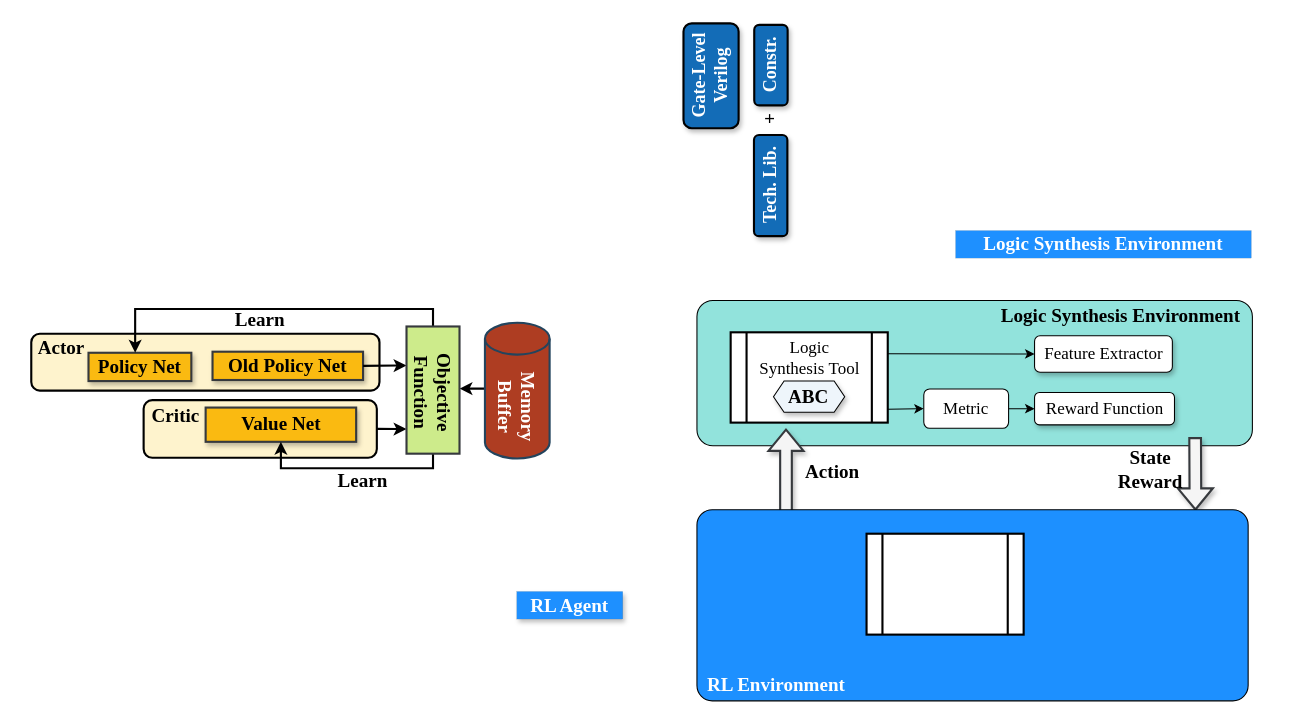
Before: RL_framework.drawio in kxzhu0505/Delay-Padding-For-Multi-corner, a draw.io diagram. Source tidied: cells renumbered, new cells numbered last; positions are measured from the earlier drawing's top-left corner, leaving out a move shared by most shapes. Both pictures are drawn from the tidied source at 106%, with x=0, y=0 at pixel (18, 48).
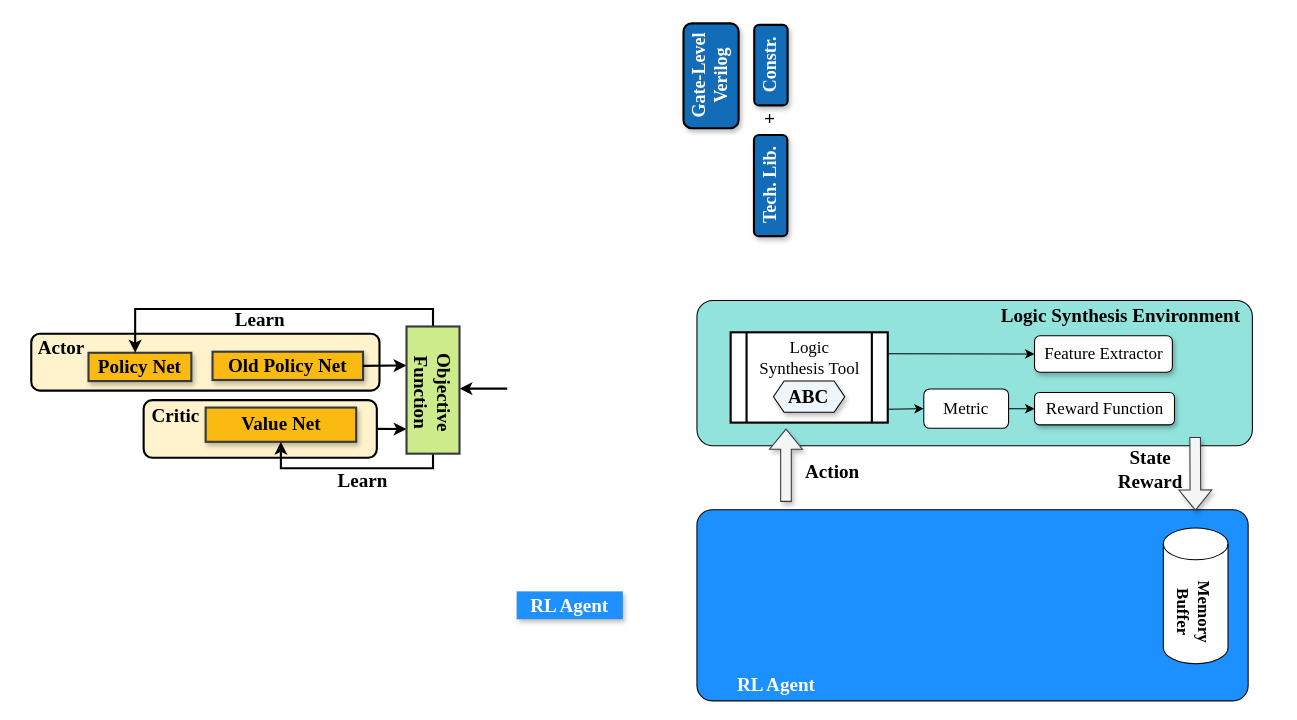
After the change.

Change to the diagram source:
```diff
@@
+    <mxCell id="41" style="rounded=1;whiteSpace=wrap;html=1;fillColor=light-dark(#1d90ff, #2f3142);strokeColor=#000000;strokeWidth=1;shadow=0;fontFamily=Times New Roman;arcSize=8;" parent="1" vertex="1">
+      <mxGeometry x="640" y="435.4" width="520" height="180.3" as="geometry" />
+    </mxCell>
@@
-    <mxCell id="21" value="&lt;font color=&quot;#ffffff&quot;&gt;&lt;b style=&quot;font-size: 18px;&quot;&gt;Logic Synthesis&amp;nbsp;&lt;/b&gt;&lt;b style=&quot;background-color: initial; font-size: 18px;&quot;&gt;Environment&lt;/b&gt;&lt;/font&gt;" style="text;html=1;align=center;verticalAlign=middle;whiteSpace=wrap;rounded=0;fillColor=#1E90FF;strokeColor=#36393d;strokeWidth=0;shadow=0;gradientColor=none;fontFamily=Times New Roman;" parent="1" vertex="1">
-      <mxGeometry x="884" y="172" width="279" height="26" as="geometry" />
-    </mxCell>
@@
-    <mxCell id="24" style="shape=flexArrow;endArrow=classic;html=1;rounded=0;strokeWidth=2;fillColor=#F5F5F5;strokeColor=#36393d;shadow=1;fontFamily=Times New Roman;" parent="1" edge="1">
+    <mxCell id="24" style="shape=flexArrow;endArrow=classic;html=1;rounded=0;strokeWidth=1;fillColor=#F5F5F5;strokeColor=#36393d;shadow=1;fontFamily=Times New Roman;" parent="1" edge="1">
       <mxGeometry relative="1" as="geometry">
-        <mxPoint x="724" y="442.8" as="sourcePoint" />
+        <mxPoint x="724" y="428" as="sourcePoint" />
         <mxPoint x="724" y="358.8" as="targetPoint" />
       </mxGeometry>
     </mxCell>
@@
-    <mxCell id="27" style="shape=flexArrow;endArrow=none;html=1;rounded=0;strokeWidth=2;fillColor=#F5F5F5;strokeColor=#36393d;shadow=1;startArrow=block;endFill=0;fontFamily=Times New Roman;" parent="1" edge="1">
+    <mxCell id="27" style="shape=flexArrow;endArrow=none;html=1;rounded=0;strokeWidth=1;fillColor=#F5F5F5;strokeColor=#36393d;shadow=1;startArrow=block;endFill=0;fontFamily=Times New Roman;" parent="1" edge="1">
       <mxGeometry relative="1" as="geometry">
         <mxPoint x="1110.3" y="436.2" as="sourcePoint" />
         <mxPoint x="1110" y="366.8" as="targetPoint" />
       </mxGeometry>
     </mxCell>
-    <mxCell id="28" style="group;fontFamily=Times New Roman;" parent="1" vertex="1">
-      <mxGeometry x="440" y="264" width="61" height="128" as="geometry" />
+    <mxCell id="28" style="group;fontFamily=Times New Roman;rotation=90;" parent="1" vertex="1">
+      <mxGeometry x="1080" y="457.6" width="61" height="128" as="geometry" />
     </mxCell>
-    <mxCell id="29" style="shape=cylinder3;whiteSpace=wrap;html=1;boundedLbl=1;backgroundOutline=1;size=15;fillColor=#ae3d22;strokeColor=#23445d;strokeWidth=2;fontFamily=Times New Roman;" parent="28" vertex="1">
+    <mxCell id="29" style="shape=cylinder3;whiteSpace=wrap;html=1;boundedLbl=1;backgroundOutline=1;size=15;strokeWidth=1;fontFamily=Times New Roman;" parent="28" vertex="1">
       <mxGeometry y="-5" width="61" height="128" as="geometry" />
     </mxCell>
-    <mxCell id="30" value="&lt;font color=&quot;#ffffff&quot; style=&quot;font-size: 18px;&quot;&gt;&lt;b&gt;Memory&lt;/b&gt;&lt;/font&gt;&lt;div style=&quot;font-size: 18px;&quot;&gt;&lt;font color=&quot;#ffffff&quot;&gt;&lt;b&gt;Buffer&lt;/b&gt;&lt;/font&gt;&lt;/div&gt;" style="text;html=1;align=center;verticalAlign=middle;whiteSpace=wrap;rounded=0;direction=south;rotation=90;fontFamily=Times New Roman;" parent="28" vertex="1">
+    <mxCell id="30" value="&lt;font style=&quot;color: rgb(0, 0, 0); font-size: 16px;&quot;&gt;&lt;b style=&quot;&quot;&gt;Memory&lt;/b&gt;&lt;/font&gt;&lt;div style=&quot;&quot;&gt;&lt;font style=&quot;color: rgb(0, 0, 0); font-size: 16px;&quot;&gt;&lt;b style=&quot;&quot;&gt;Buffer&lt;/b&gt;&lt;/font&gt;&lt;/div&gt;" style="text;html=1;align=center;verticalAlign=middle;whiteSpace=wrap;rounded=0;direction=south;rotation=90;fontFamily=Times New Roman;" parent="28" vertex="1">
       <mxGeometry x="-10.3" y="62.6" width="79.9" height="23" as="geometry" />
     </mxCell>
@@
-    <mxCell id="41" style="rounded=1;whiteSpace=wrap;html=1;fillColor=light-dark(#1d90ff, #2f3142);strokeColor=#000000;strokeWidth=1;shadow=0;fontFamily=Times New Roman;arcSize=8;" parent="1" vertex="1">
-      <mxGeometry x="640" y="435.4" width="520" height="180.3" as="geometry" />
-    </mxCell>
-    <mxCell id="42" style="shape=process;whiteSpace=wrap;html=1;backgroundOutline=1;strokeWidth=2;" parent="1" vertex="1">
-      <mxGeometry x="800" y="458" width="148.2" height="95.2" as="geometry" />
-    </mxCell>
-    <mxCell id="43" value="&lt;b style=&quot;color: rgb(255, 255, 255); font-family: &amp;quot;Times New Roman&amp;quot;; font-size: 18px;&quot;&gt;RL Environment&lt;/b&gt;" style="text;html=1;align=center;verticalAlign=middle;whiteSpace=wrap;rounded=0;" parent="1" vertex="1">
+    <mxCell id="43" value="&lt;b style=&quot;color: rgb(255, 255, 255); font-family: &amp;quot;Times New Roman&amp;quot;; font-size: 18px;&quot;&gt;RL Agent&lt;/b&gt;" style="text;html=1;align=center;verticalAlign=middle;whiteSpace=wrap;rounded=0;" parent="1" vertex="1">
       <mxGeometry x="640" y="585.6" width="150" height="30" as="geometry" />
     </mxCell>
```
